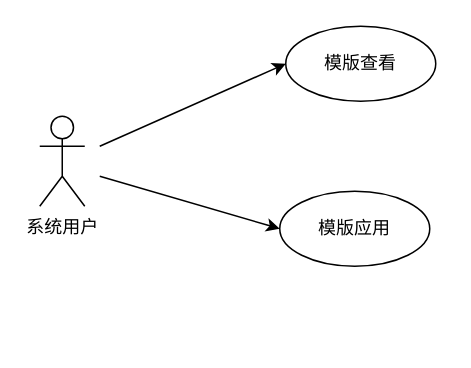
yuxinyu12345/diagrams keeps this draw.io diagram as 第三章/模版库用例图.drawio. Above is the earlier version. Source tidied: cells renumbered, new cells numbered last; positions are measured from the earlier drawing's top-left corner, leaving out a move shared by most shapes. Both pictures are drawn from the tidied source at 150%, with x=0, y=0 at pixel (39, 26).
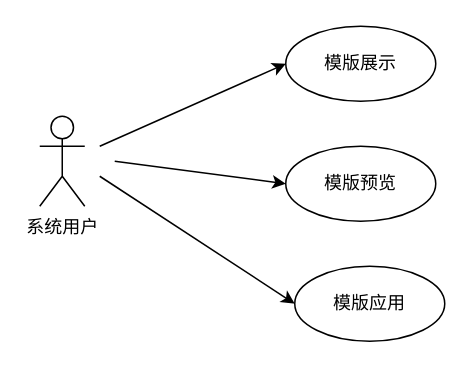
The same diagram, later.

Commit message:
更新模版库用例图.drawio

What changed in the source:
```diff
@@
 <mxGraphModel>
   <root>
     <mxCell id="0" />
     <mxCell id="1" parent="0" />
     <mxCell id="2" value="系统用户" style="shape=umlActor;verticalLabelPosition=bottom;verticalAlign=top;html=1;" parent="1" vertex="1">
       <mxGeometry y="60" width="30" height="60" as="geometry" />
     </mxCell>
-    <mxCell id="3" value="模版查看" style="ellipse;whiteSpace=wrap;html=1;" parent="1" vertex="1">
+    <mxCell id="3" value="模版展示" style="ellipse;whiteSpace=wrap;html=1;" parent="1" vertex="1">
       <mxGeometry x="164" width="100" height="50" as="geometry" />
     </mxCell>
     <mxCell id="4" value="模版应用" style="ellipse;whiteSpace=wrap;html=1;" parent="1" vertex="1">
-      <mxGeometry x="160" y="110" width="100" height="50" as="geometry" />
+      <mxGeometry x="170" y="160" width="100" height="50" as="geometry" />
     </mxCell>
     <mxCell id="5" style="endArrow=classic;html=1;rounded=0;entryX=0;entryY=0.5;entryDx=0;entryDy=0;" parent="1" edge="1" target="3">
       <mxGeometry relative="1" as="geometry">
         <mxPoint x="40" y="80" as="sourcePoint" />
       </mxGeometry>
     </mxCell>
     <mxCell id="6" style="endArrow=classic;html=1;rounded=0;entryX=0;entryY=0.5;entryDx=0;entryDy=0;" parent="1" edge="1" target="4">
       <mxGeometry relative="1" as="geometry">
         <mxPoint x="40" y="100" as="sourcePoint" />
       </mxGeometry>
     </mxCell>
+    <mxCell id="7" value="模版预览" style="ellipse;whiteSpace=wrap;html=1;" parent="1" vertex="1">
+      <mxGeometry x="164" y="80" width="100" height="50" as="geometry" />
+    </mxCell>
+    <mxCell id="8" style="endArrow=classic;html=1;rounded=0;entryX=0;entryY=0.5;entryDx=0;entryDy=0;" parent="1" edge="1" target="7">
+      <mxGeometry relative="1" as="geometry">
+        <mxPoint x="50" y="90" as="sourcePoint" />
+      </mxGeometry>
+    </mxCell>
   </root>
 </mxGraphModel>
```
